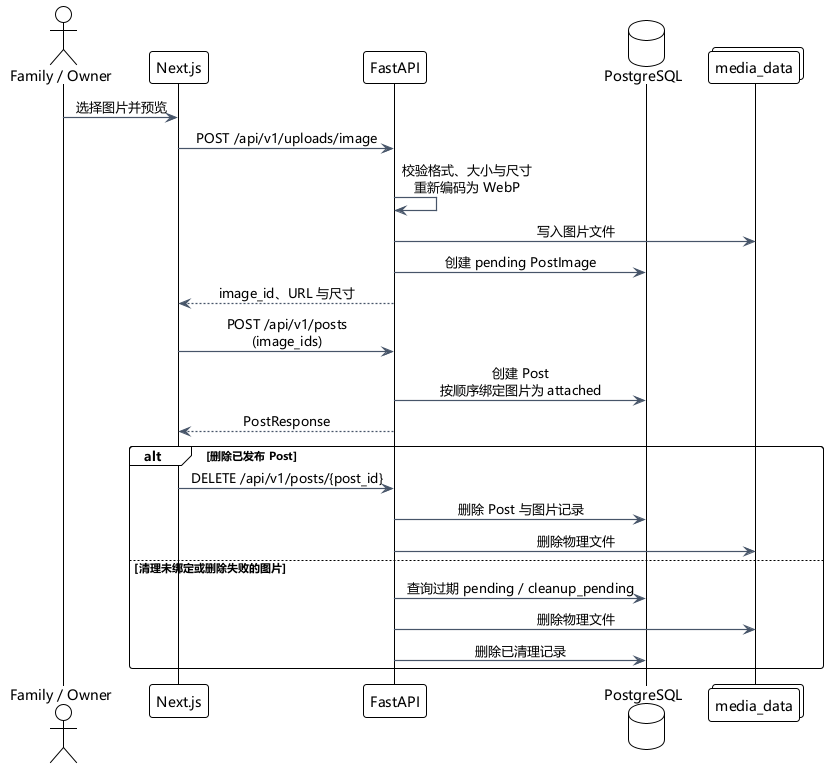
This is docs/versions/v1.1/_附件_/post-image-lifecycle.png from Zhang-huanzhi/EiheiZone, a PlantUML export, as it was before one commit.
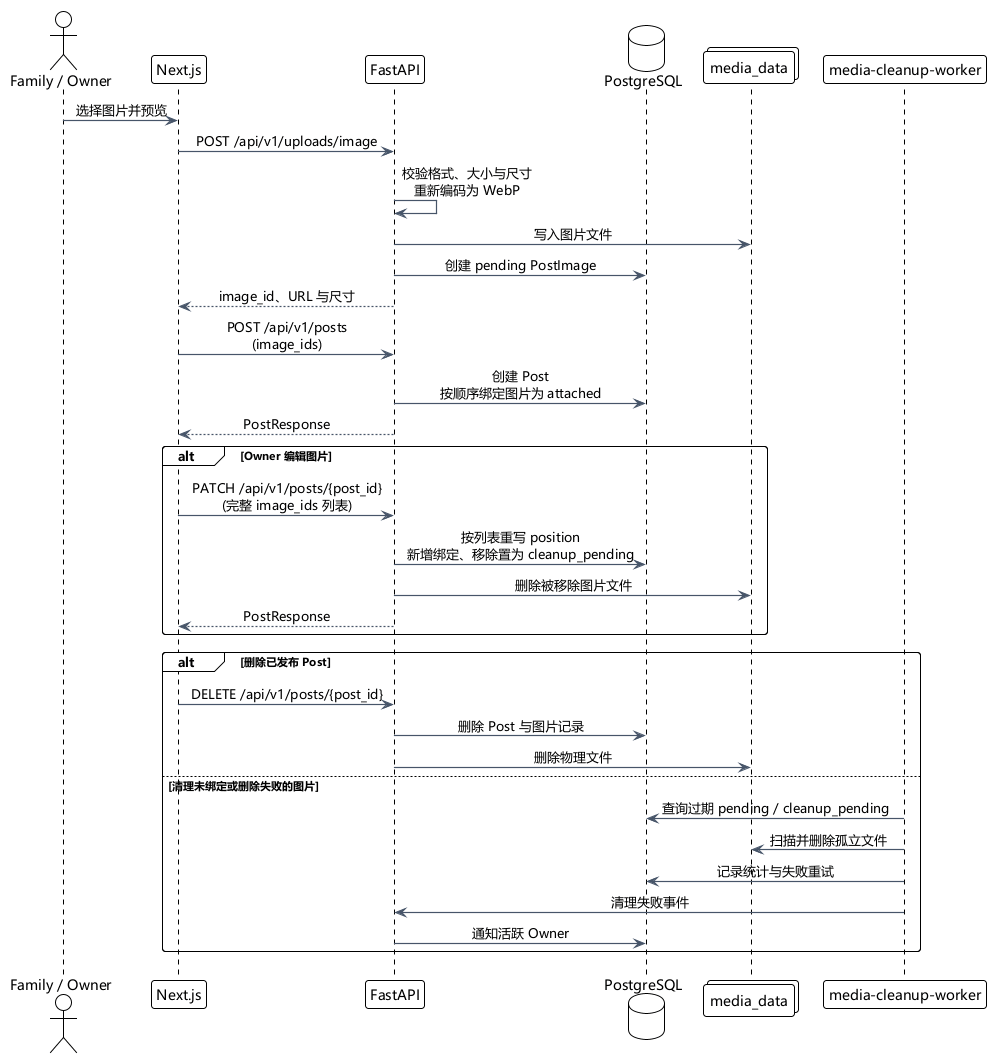
The same diagram one commit later.

What changed in the source:
```diff
@@ -25,14 +25,24 @@
 api -> db : 创建 Post\n按顺序绑定图片为 attached
 api --> frontend : PostResponse
 
+alt Owner 编辑图片
+  frontend -> api : PATCH /api/v1/posts/{post_id}\n(完整 image_ids 列表)
+  api -> db : 按列表重写 position\n新增绑定、移除置为 cleanup_pending
+  api -> media : 删除被移除图片文件
+  api --> frontend : PostResponse
+end
+
 alt 删除已发布 Post
   frontend -> api : DELETE /api/v1/posts/{post_id}
   api -> db : 删除 Post 与图片记录
   api -> media : 删除物理文件
 else 清理未绑定或删除失败的图片
-  api -> db : 查询过期 pending / cleanup_pending
-  api -> media : 删除物理文件
-  api -> db : 删除已清理记录
+  participant "media-cleanup-worker" as worker
+  worker -> db : 查询过期 pending / cleanup_pending
+  worker -> media : 扫描并删除孤立文件
+  worker -> db : 记录统计与失败重试
+  worker -> api : 清理失败事件
+  api -> db : 通知活跃 Owner
 end
 
 @enduml
```
